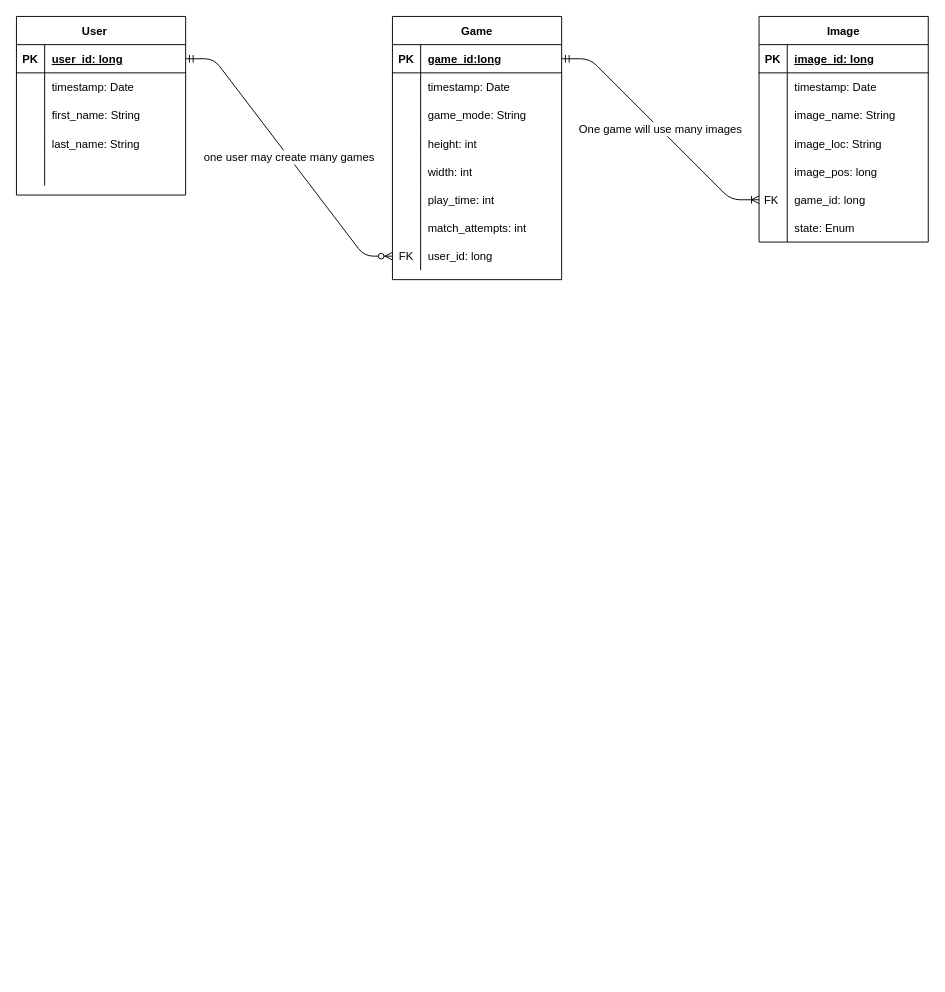
ddc-java-13/tile-match keeps this draw.io diagram as docs/work/erd.drawio. Above is the earlier version. Source tidied: cells renumbered, new cells numbered last; positions are measured from the earlier drawing's top-left corner, leaving out a move shared by most shapes. Both pictures are drawn from the tidied source at 94%, with x=0, y=0 at pixel (16, 16).
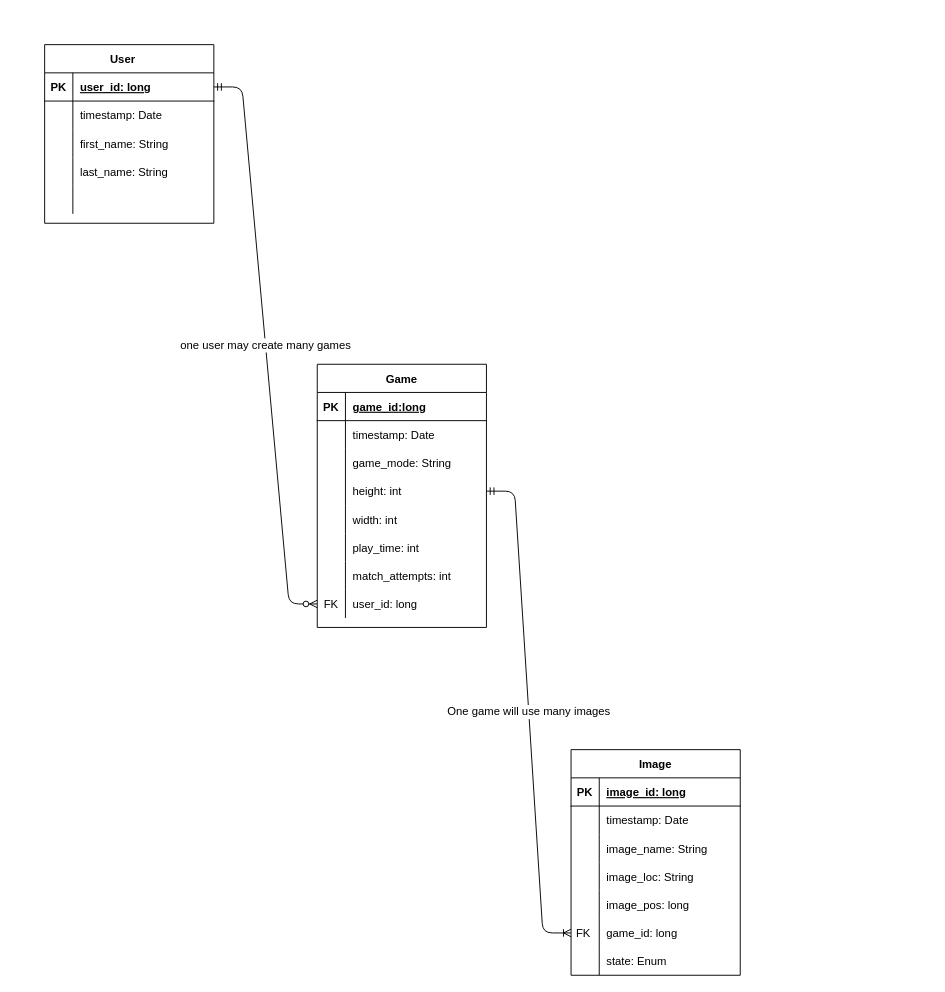
Above is the later version.

Commit message (it also covers changes not shown here):
Edited erd and wireframe, updated links.

Unchanged cells that the change refers to:
```xml
<mxCell id="34" style="shape=partialRectangle;fillColor=none;top=0;left=0;bottom=0;right=0;points=[[0,0.5],[1,0.5]];portConstraint=eastwest;" parent="18" vertex="1">
  <mxGeometry y="180" width="180" height="30" as="geometry" />
</mxCell>
<mxCell id="50" style="shape=partialRectangle;fillColor=none;top=0;left=0;bottom=0;right=0;points=[[0,0.5],[1,0.5]];portConstraint=eastwest;" parent="40" vertex="1">
  <mxGeometry y="120" width="180" height="30" as="geometry" />
</mxCell>
```

Change to the diagram source:
```diff
@@
     <mxCell id="2" value="User    " style="shape=table;startSize=30;childLayout=tableLayout;rowLines=0;fontStyle=1;align=center;" parent="1" vertex="1">
-      <mxGeometry width="180" height="190" as="geometry" />
+      <mxGeometry x="30" y="30" width="180" height="190" as="geometry" />
     </mxCell>
@@
     <mxCell id="18" value="Image" style="shape=table;startSize=30;childLayout=tableLayout;rowLines=0;fontStyle=1;align=center;" parent="1" vertex="1">
-      <mxGeometry x="790" width="180" height="240" as="geometry" />
+      <mxGeometry x="590" y="780" width="180" height="240" as="geometry" />
     </mxCell>
@@
     <mxCell id="40" value="Game" style="shape=table;startSize=30;childLayout=tableLayout;rowLines=0;fontStyle=1;align=center;" parent="1" vertex="1">
-      <mxGeometry x="400" width="180" height="280" as="geometry" />
+      <mxGeometry x="320" y="370" width="180" height="280" as="geometry" />
     </mxCell>
@@
-    <mxCell id="66" value="One game will use many images" style="edgeStyle=entityRelationEdgeStyle;fontSize=12;html=1;endArrow=ERoneToMany;entryX=0;entryY=0.5;entryDx=0;entryDy=0;startArrow=ERmandOne;startFill=0;" parent="1" edge="1" target="34">
-      <mxGeometry relative="1" as="geometry">
-        <mxPoint x="580" y="45" as="sourcePoint" />
-      </mxGeometry>
+    <mxCell id="66" value="One game will use many images" style="edgeStyle=entityRelationEdgeStyle;fontSize=12;html=1;endArrow=ERoneToMany;entryX=0;entryY=0.5;entryDx=0;entryDy=0;startArrow=ERmandOne;startFill=0;exitX=1;exitY=0.5;exitDx=0;exitDy=0;" parent="1" edge="1" source="50" target="34">
+      <mxGeometry relative="1" as="geometry" />
     </mxCell>
```
